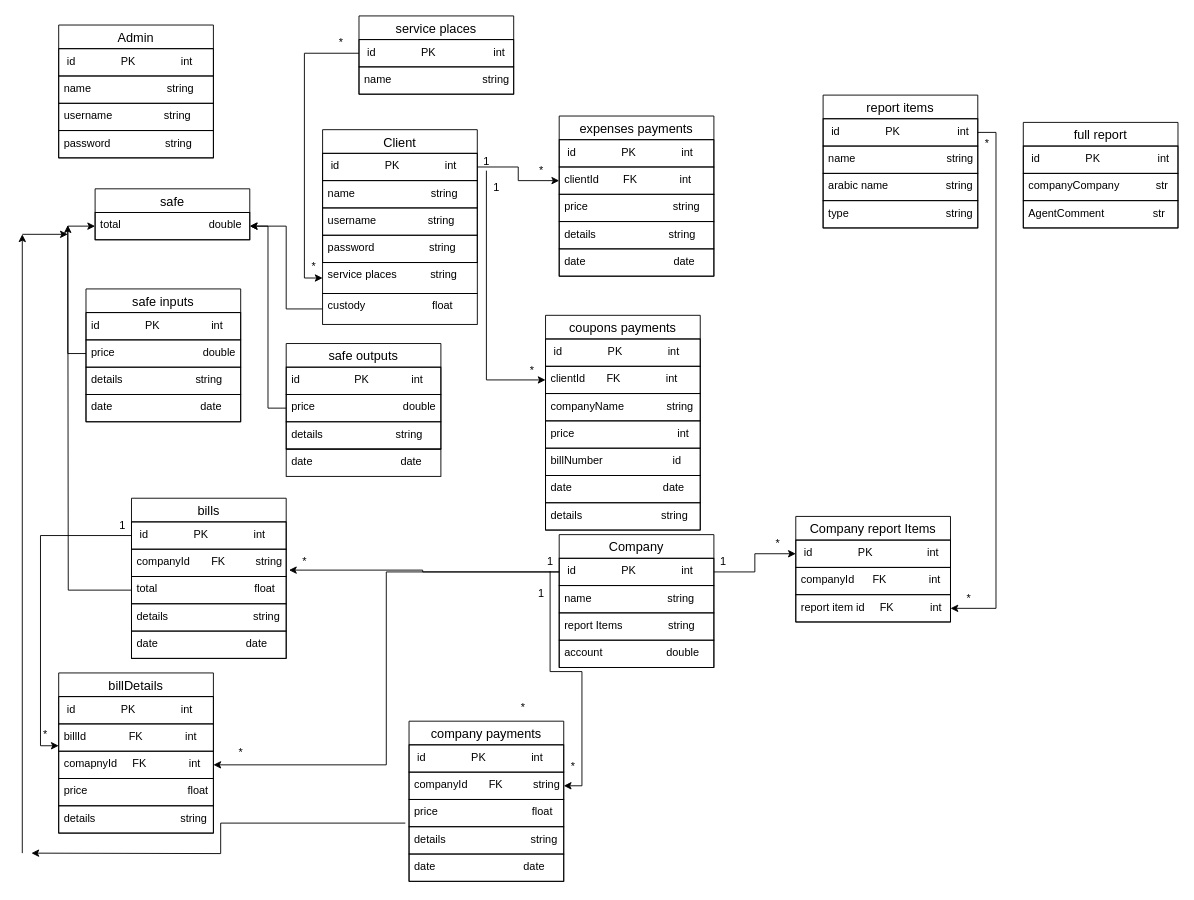
Before: page "schema" (1 of 3) of system-design.drawio in mohammedlokma/system-frontend, a draw.io diagram. Source tidied: cells renumbered, new cells numbered last; positions are measured from the earlier drawing's top-left corner, leaving out a move shared by most shapes. Both pictures are drawn from the tidied source at 91%, with x=0, y=0 at pixel (22, 15).
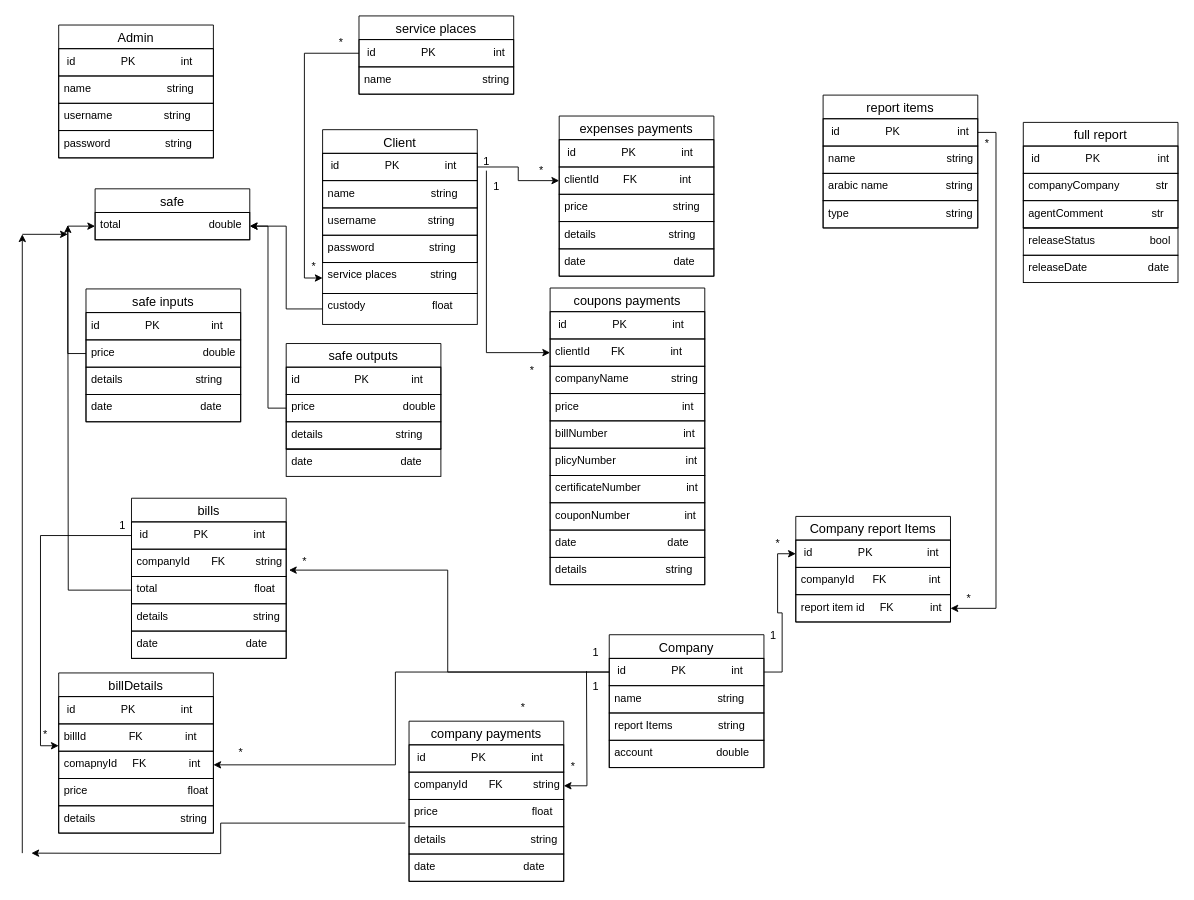
The same diagram, later.

The change refers to these unchanged cells:
```xml
<mxCell id="34" value=" id               PK               int" style="text;strokeColor=default;fillColor=none;spacingLeft=4;spacingRight=4;overflow=hidden;points=[[0,0.5],[1,0.5]];portConstraint=eastwest;fontSize=12;" parent="33" vertex="1">
  <mxGeometry y="26" width="170" height="30" as="geometry" />
</mxCell>
<mxCell id="70" value="companyId       FK          string" style="text;strokeColor=default;fillColor=none;spacingLeft=4;spacingRight=4;overflow=hidden;points=[[0,0.5],[1,0.5]];portConstraint=eastwest;fontSize=12;" parent="68" vertex="1">
  <mxGeometry y="56" width="170" height="30" as="geometry" />
</mxCell>
<mxCell id="78" value="comapnyId     FK              int" style="text;strokeColor=default;fillColor=none;spacingLeft=4;spacingRight=4;overflow=hidden;points=[[0,0.5],[1,0.5]];portConstraint=eastwest;fontSize=12;" parent="75" vertex="1">
  <mxGeometry y="86" width="170" height="30" as="geometry" />
</mxCell>
<mxCell id="99" value="full report" style="swimlane;fontStyle=0;horizontal=1;startSize=26;align=center;fontSize=14;border=5;" parent="1" vertex="1">
  <mxGeometry x="1100" y="117" width="170" height="116" as="geometry" />
</mxCell>
```

The edit, as a diff of the source:
```diff
@@
     <mxCell id="33" value="Company" style="swimlane;fontStyle=0;horizontal=1;startSize=26;align=center;fontSize=14;" parent="1" vertex="1">
-      <mxGeometry x="590" y="570" width="170" height="146" as="geometry" />
+      <mxGeometry x="645" y="680" width="170" height="146" as="geometry" />
     </mxCell>
@@
     <mxCell id="52" value="coupons payments" style="swimlane;fontStyle=0;horizontal=1;startSize=26;align=center;fontSize=14;" parent="1" vertex="1">
-      <mxGeometry x="575" y="329" width="170" height="236" as="geometry" />
+      <mxGeometry x="580" y="299" width="170" height="326" as="geometry" />
     </mxCell>
@@
-    <mxCell id="57" value="billNumber                       id" style="text;strokeColor=default;fillColor=none;spacingLeft=4;spacingRight=4;overflow=hidden;fontSize=12;" parent="52" vertex="1">
+    <mxCell id="57" value="billNumber                         int" style="text;strokeColor=default;fillColor=none;spacingLeft=4;spacingRight=4;overflow=hidden;fontSize=12;" parent="52" vertex="1">
       <mxGeometry y="146" width="170" height="30" as="geometry" />
     </mxCell>
+    <mxCell id="113" value="plicyNumber                       int" style="text;strokeColor=default;fillColor=none;spacingLeft=4;spacingRight=4;overflow=hidden;fontSize=12;" parent="52" vertex="1">
+      <mxGeometry y="176" width="170" height="30" as="geometry" />
+    </mxCell>
+    <mxCell id="114" value="certificateNumber               int" style="text;strokeColor=default;fillColor=none;spacingLeft=4;spacingRight=4;overflow=hidden;fontSize=12;" parent="52" vertex="1">
+      <mxGeometry y="206" width="170" height="30" as="geometry" />
+    </mxCell>
+    <mxCell id="115" value="couponNumber                  int" style="text;strokeColor=default;fillColor=none;spacingLeft=4;spacingRight=4;overflow=hidden;fontSize=12;" parent="52" vertex="1">
+      <mxGeometry y="236" width="170" height="30" as="geometry" />
+    </mxCell>
     <mxCell id="58" value="date                              date" style="text;strokeColor=default;fillColor=none;spacingLeft=4;spacingRight=4;overflow=hidden;fontSize=12;" parent="52" vertex="1">
-      <mxGeometry y="176" width="170" height="30" as="geometry" />
+      <mxGeometry y="266" width="170" height="30" as="geometry" />
     </mxCell>
     <mxCell id="59" value="details                          string " style="text;strokeColor=default;fillColor=none;spacingLeft=4;spacingRight=4;overflow=hidden;fontSize=12;" parent="52" vertex="1">
-      <mxGeometry y="206" width="170" height="30" as="geometry" />
+      <mxGeometry y="296" width="170" height="30" as="geometry" />
     </mxCell>
@@
-    <mxCell id="62" style="edgeStyle=orthogonalEdgeStyle;rounded=0;jettySize=auto;html=1;entryX=1;entryY=0.5;entryDx=0;entryDy=0;" parent="1" edge="1" source="63" target="70">
-      <mxGeometry relative="1" as="geometry" />
+    <mxCell id="62" style="edgeStyle=orthogonalEdgeStyle;rounded=0;jettySize=auto;html=1;entryX=1;entryY=0.5;entryDx=0;entryDy=0;" parent="1" edge="1" target="70">
+      <mxGeometry relative="1" as="geometry">
+        <mxPoint x="620" y="720" as="sourcePoint" />
+      </mxGeometry>
     </mxCell>
     <mxCell id="63" value="1" style="text;html=1;align=center;verticalAlign=middle;points=[];strokeColor=none;fillColor=none;fontSize=12;fontFamily=Helvetica;fontColor=default;" parent="1" vertex="1">
-      <mxGeometry x="570" y="590" width="20" height="20" as="geometry" />
+      <mxGeometry x="620" y="690" width="20" height="20" as="geometry" />
     </mxCell>
@@
     <mxCell id="84" style="edgeStyle=orthogonalEdgeStyle;rounded=0;jettySize=auto;html=1;" parent="1" edge="1" source="34" target="78">
-      <mxGeometry relative="1" as="geometry" />
+      <mxGeometry relative="1" as="geometry">
+        <Array as="points">
+          <mxPoint x="410" y="721" />
+          <mxPoint x="410" y="823" />
+        </Array>
+      </mxGeometry>
     </mxCell>
     <mxCell id="85" value="1" style="text;html=1;align=center;verticalAlign=middle;strokeColor=none;fillColor=none;" parent="1" vertex="1">
-      <mxGeometry x="555" y="620" width="30" height="30" as="geometry" />
+      <mxGeometry x="615" y="722" width="30" height="30" as="geometry" />
     </mxCell>
@@
-    <mxCell id="102" value="AgentComment                str" style="text;strokeColor=default;fillColor=none;spacingLeft=4;spacingRight=4;overflow=hidden;fontSize=12;&#10;border:1;" parent="99" vertex="1">
+    <mxCell id="102" value="agentComment                str" style="text;strokeColor=default;fillColor=none;spacingLeft=4;spacingRight=4;overflow=hidden;fontSize=12;&#10;border:1;" parent="99" vertex="1">
       <mxGeometry y="86" width="170" height="30" as="geometry" />
     </mxCell>
@@
     <mxCell id="108" value="1" style="text;html=1;align=center;verticalAlign=middle;strokeColor=none;fillColor=none;" parent="1" vertex="1">
-      <mxGeometry x="755" y="585" width="30" height="30" as="geometry" />
+      <mxGeometry x="810" y="666" width="30" height="30" as="geometry" />
     </mxCell>
@@
+    <mxCell id="116" value="releaseStatus                  bool" style="text;strokeColor=default;fillColor=none;spacingLeft=4;spacingRight=4;overflow=hidden;fontSize=12;&#10;border:1;" parent="1" vertex="1">
+      <mxGeometry x="1100" y="233" width="170" height="30" as="geometry" />
+    </mxCell>
+    <mxCell id="117" value="releaseDate                    date" style="text;strokeColor=default;fillColor=none;spacingLeft=4;spacingRight=4;overflow=hidden;fontSize=12;&#10;border:1;" parent="1" vertex="1">
+      <mxGeometry x="1100" y="263" width="170" height="30" as="geometry" />
+    </mxCell>
```
